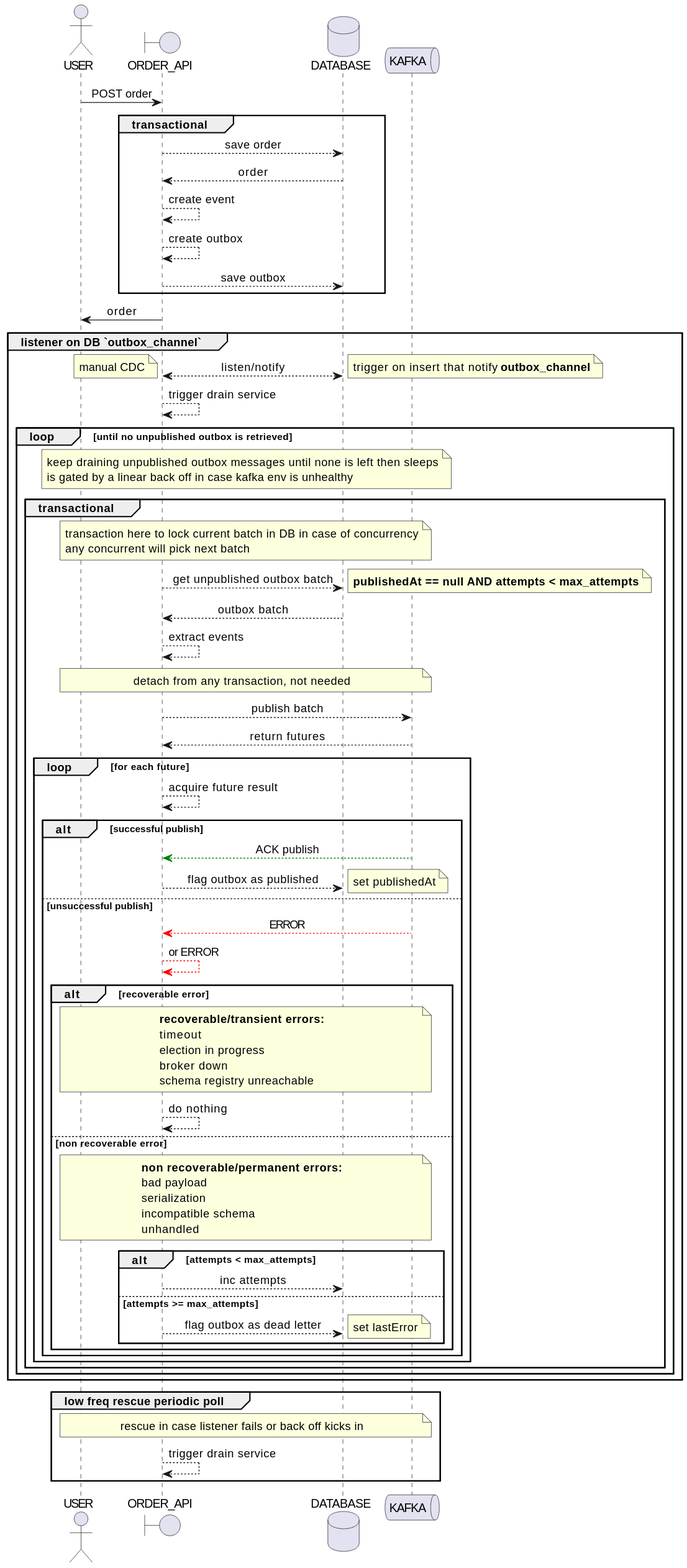
Earlier version of the PlantUML export docs/order_api_seq.svg (7mza/kafka-demo). Source of this version:
```plantuml
@startuml
skinparam sequenceMessageAlign center

actor USER as U
boundary ORDER_API as API
database DATABASE as DB
queue KAFKA as K

U -> API : POST order
group transactional
    API --> DB : save order
    DB --> API : order
    API --> API : create event
    API --> API : create outbox
    API --> DB : save outbox
end
API -> U : order

group listener on DB `outbox_channel`
    API <--> DB: listen/notify
    note left: manual CDC
    note right: trigger on insert that notify **outbox_channel**
    API --> API: trigger drain service
    loop until no unpublished outbox is retrieved
        note across: keep draining unpublished outbox messages until none is left then sleeps\nis gated by a linear back off in case kafka env is unhealthy
        group transactional
            note across: transaction here to lock current batch in DB in case of concurrency\nany concurrent will pick next batch
            API --> DB : get unpublished outbox batch
            note right: **publishedAt == null AND attempts < max_attempts**
            DB --> API : outbox batch
            API --> API : extract events
            note across: detach from any transaction, not needed
            API --> K : publish batch
            K --> API: return futures
            loop for each future
                API --> API : acquire future result
                alt successful publish
                    K -[#green]-> API : ACK publish
                    API --> DB : flag outbox as published
                    note right: set publishedAt
                else unsuccessful publish
                    K -[#red]-> API : ERROR
                    API -[#red]-> API : or ERROR
                    alt recoverable error
                        note across
                            **recoverable/transient errors:**
                            timeout
                            election in progress
                            broker down
                            schema registry unreachable
                        end note
                        API --> API : do nothing
                    else non recoverable error
                        note across
                            **non recoverable/permanent errors:**
                            bad payload
                            serialization
                            incompatible schema
                            unhandled
                        end note
                        alt attempts < max_attempts
                            API --> DB : inc attempts
                        else attempts >= max_attempts
                            API --> DB : flag outbox as dead letter
                            note right: set lastError
                        end
                    end
                end
            end
        end
    end
end

group low freq rescue periodic poll
    note across: rescue in case listener fails or back off kicks in
    API --> API: trigger drain service
end
@enduml
```
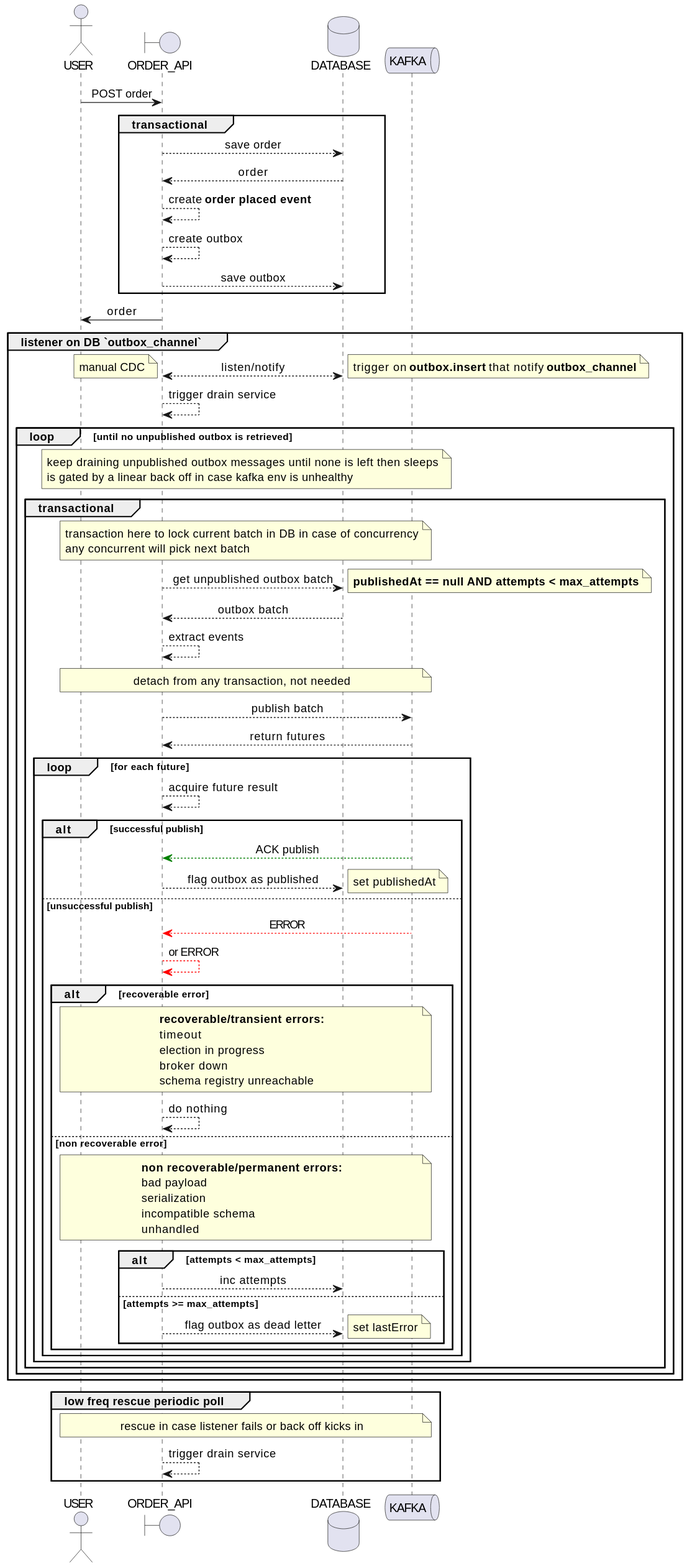
The same diagram one commit later.

What changed in the source:
```diff
@@ -6,41 +6,41 @@
 database DATABASE as DB
 queue KAFKA as K
 
-U -> API : POST order
+U -> API: POST order
 group transactional
-    API --> DB : save order
-    DB --> API : order
-    API --> API : create event
-    API --> API : create outbox
-    API --> DB : save outbox
+    API --> DB: save order
+    DB --> API: order
+    API --> API: create **order placed event**
+    API --> API: create outbox
+    API --> DB: save outbox
 end
-API -> U : order
+API -> U: order
 
 group listener on DB `outbox_channel`
     API <--> DB: listen/notify
     note left: manual CDC
-    note right: trigger on insert that notify **outbox_channel**
+    note right: trigger on **outbox.insert** that notify **outbox_channel**
     API --> API: trigger drain service
     loop until no unpublished outbox is retrieved
         note across: keep draining unpublished outbox messages until none is left then sleeps\nis gated by a linear back off in case kafka env is unhealthy
         group transactional
             note across: transaction here to lock current batch in DB in case of concurrency\nany concurrent will pick next batch
-            API --> DB : get unpublished outbox batch
+            API --> DB: get unpublished outbox batch
             note right: **publishedAt == null AND attempts < max_attempts**
-            DB --> API : outbox batch
-            API --> API : extract events
+            DB --> API: outbox batch
+            API --> API: extract events
             note across: detach from any transaction, not needed
-            API --> K : publish batch
+            API --> K: publish batch
             K --> API: return futures
             loop for each future
-                API --> API : acquire future result
+                API --> API: acquire future result
                 alt successful publish
-                    K -[#green]-> API : ACK publish
-                    API --> DB : flag outbox as published
+                    K -[#green]-> API: ACK publish
+                    API --> DB: flag outbox as published
                     note right: set publishedAt
                 else unsuccessful publish
-                    K -[#red]-> API : ERROR
-                    API -[#red]-> API : or ERROR
+                    K -[#red]-> API: ERROR
+                    API -[#red]-> API: or ERROR
                     alt recoverable error
                         note across
                             **recoverable/transient errors:**
@@ -49,7 +49,7 @@
                             broker down
                             schema registry unreachable
                         end note
-                        API --> API : do nothing
+                        API --> API: do nothing
                     else non recoverable error
                         note across
                             **non recoverable/permanent errors:**
@@ -59,9 +59,9 @@
                             unhandled
                         end note
                         alt attempts < max_attempts
-                            API --> DB : inc attempts
+                            API --> DB: inc attempts
                         else attempts >= max_attempts
-                            API --> DB : flag outbox as dead letter
+                            API --> DB: flag outbox as dead letter
                             note right: set lastError
                         end
                     end
```
